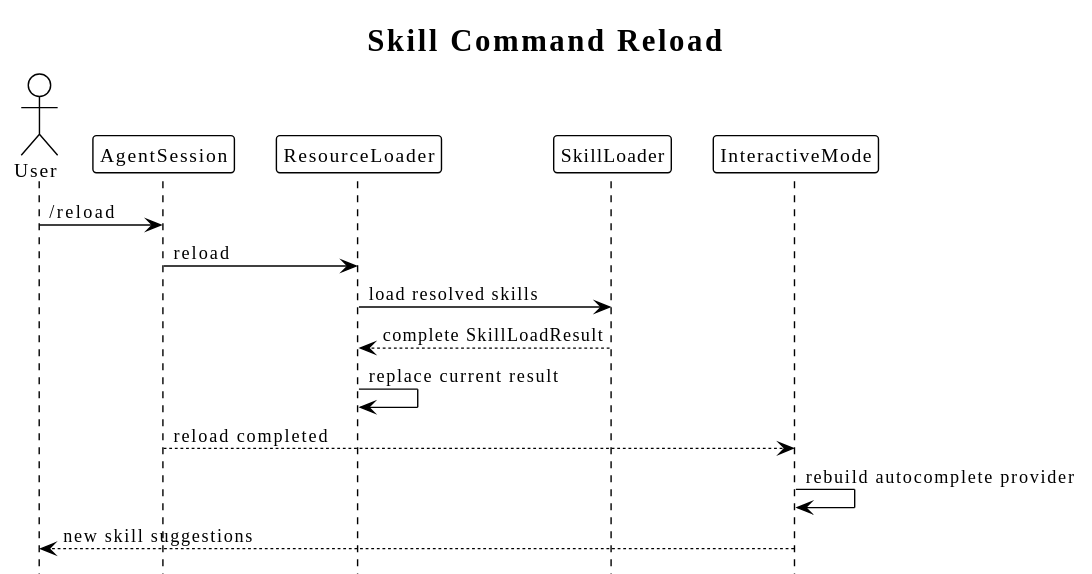
This is diagrams/skill-command/06-reload.svg from superheromeZzh/pi-mono-java-design, a PlantUML export, as it was before one commit.
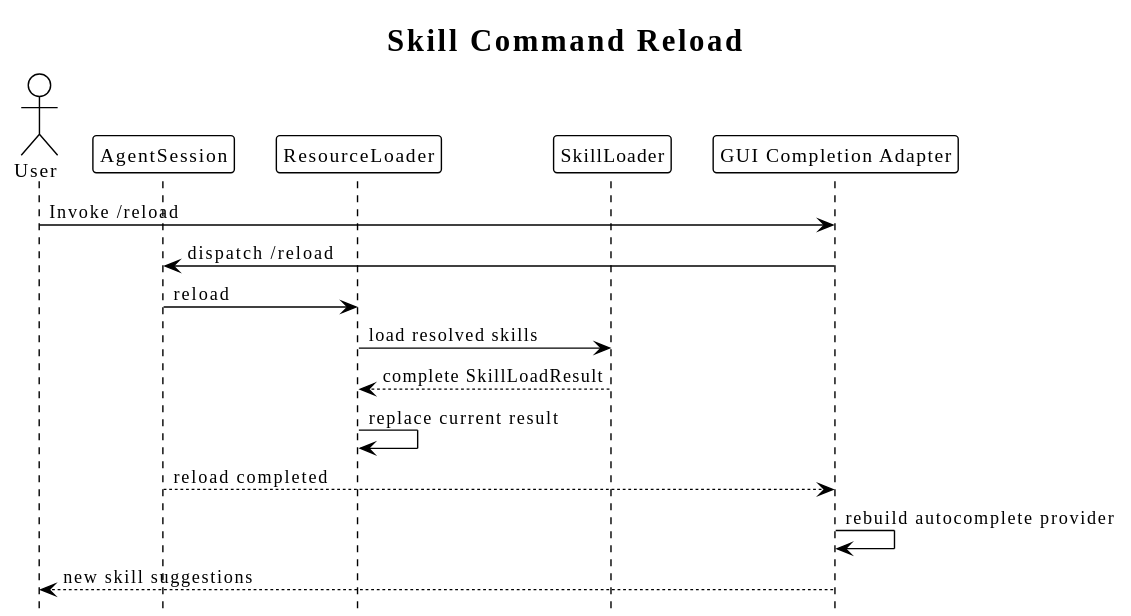
After the change.

Change to the diagram source:
```diff
@@ -11,9 +11,10 @@
 participant AgentSession as S
 participant ResourceLoader as R
 participant SkillLoader as L
-participant InteractiveMode as T
+participant "GUI Completion Adapter" as T
 
-U -> S : /reload
+U -> T : Invoke /reload
+T -> S : dispatch /reload
 S -> R : reload
 R -> L : load resolved skills
 L --> R : complete SkillLoadResult
```
